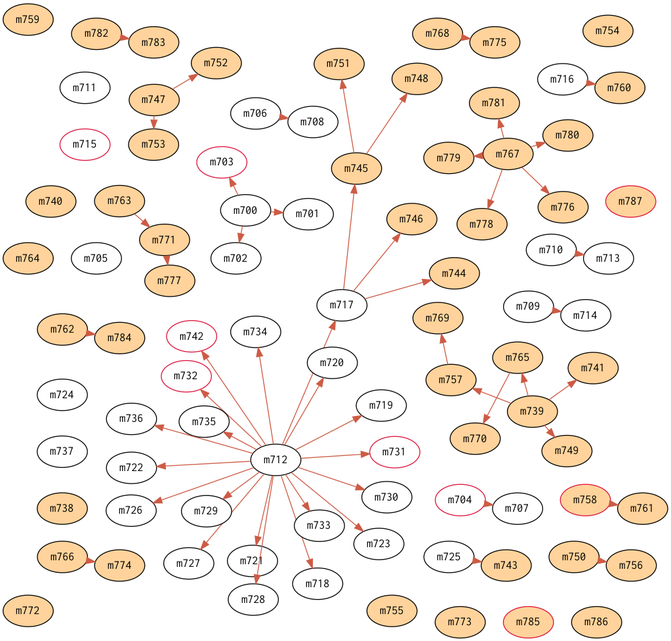
Above: report/matsue/infections.png in spiegel-im-spiegel/covid-2019-report (Graphviz), before the change. Its source is kept beside it as report/matsue/infections.dot.
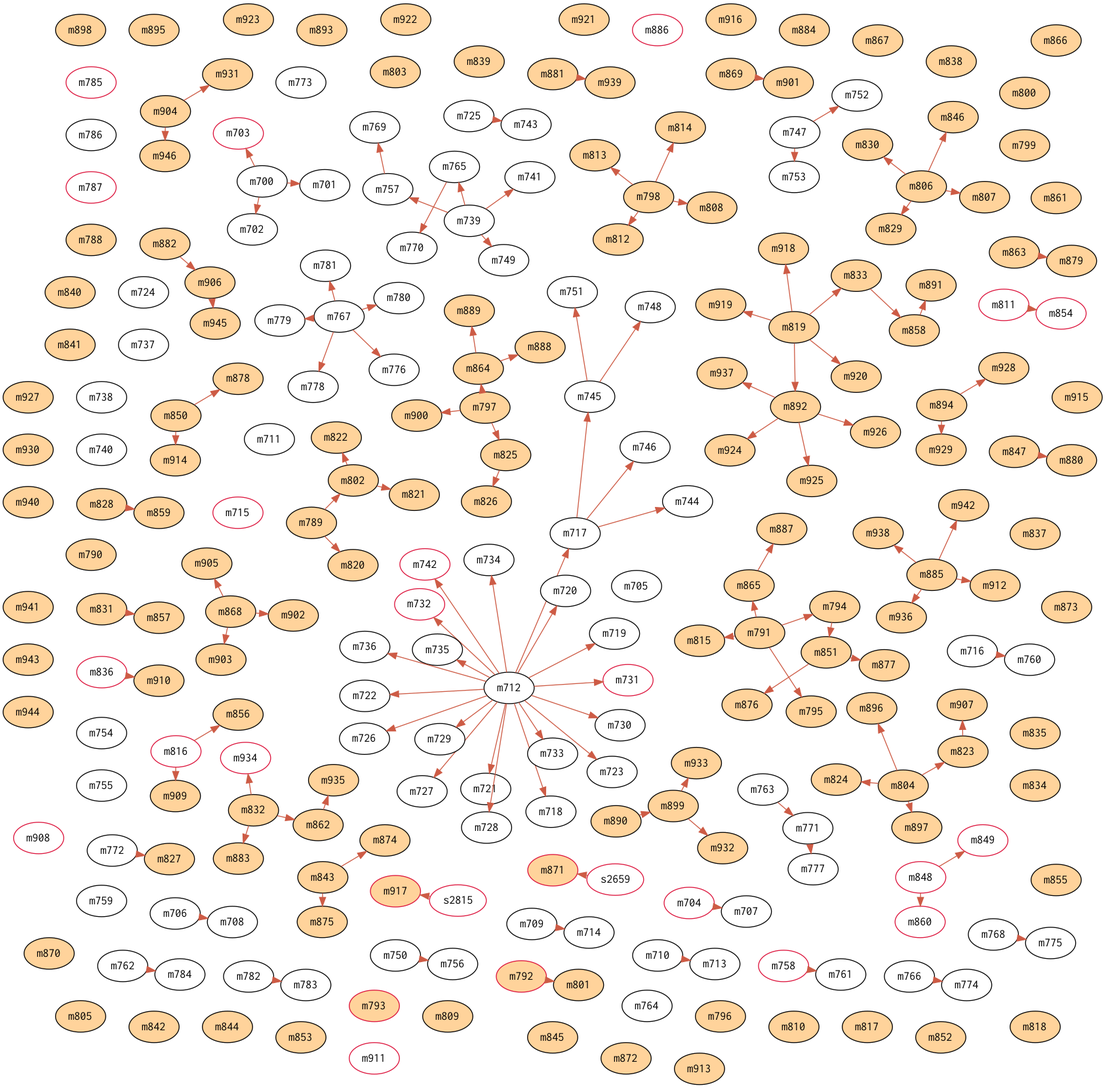
The same file after the commit.

Change to the diagram source:
```diff
@@ -51,56 +51,217 @@
 	m735;
 	m736;
 	m737;
-	m738[fillcolor=burlywood1];
-	m739[fillcolor=burlywood1];
-	m740[fillcolor=burlywood1];
-	m741[fillcolor=burlywood1];
+	m738;
+	m739;
+	m740;
+	m741;
 	m742[color=crimson];
-	m743[fillcolor=burlywood1];
-	m744[fillcolor=burlywood1];
-	m745[fillcolor=burlywood1];
-	m746[fillcolor=burlywood1];
-	m747[fillcolor=burlywood1];
-	m748[fillcolor=burlywood1];
-	m749[fillcolor=burlywood1];
-	m750[fillcolor=burlywood1];
-	m751[fillcolor=burlywood1];
-	m752[fillcolor=burlywood1];
-	m753[fillcolor=burlywood1];
-	m754[fillcolor=burlywood1];
-	m755[fillcolor=burlywood1];
-	m756[fillcolor=burlywood1];
-	m757[fillcolor=burlywood1];
-	m758[color=crimson,fillcolor=burlywood1];
-	m759[fillcolor=burlywood1];
-	m760[fillcolor=burlywood1];
-	m761[fillcolor=burlywood1];
-	m762[fillcolor=burlywood1];
-	m763[fillcolor=burlywood1];
-	m764[fillcolor=burlywood1];
-	m765[fillcolor=burlywood1];
-	m766[fillcolor=burlywood1];
-	m767[fillcolor=burlywood1];
-	m768[fillcolor=burlywood1];
-	m769[fillcolor=burlywood1];
-	m770[fillcolor=burlywood1];
-	m771[fillcolor=burlywood1];
-	m772[fillcolor=burlywood1];
-	m773[fillcolor=burlywood1];
-	m774[fillcolor=burlywood1];
-	m775[fillcolor=burlywood1];
-	m776[fillcolor=burlywood1];
-	m777[fillcolor=burlywood1];
-	m778[fillcolor=burlywood1];
-	m779[fillcolor=burlywood1];
-	m780[fillcolor=burlywood1];
-	m781[fillcolor=burlywood1];
-	m782[fillcolor=burlywood1];
-	m783[fillcolor=burlywood1];
-	m784[fillcolor=burlywood1];
-	m785[color=crimson,fillcolor=burlywood1];
-	m786[fillcolor=burlywood1];
-	m787[color=crimson,fillcolor=burlywood1];
+	m743;
+	m744;
+	m745;
+	m746;
+	m747;
+	m748;
+	m749;
+	m750;
+	m751;
+	m752;
+	m753;
+	m754;
+	m755;
+	m756;
+	m757;
+	m758[color=crimson];
+	m759;
+	m760;
+	m761;
+	m762;
+	m763;
+	m764;
+	m765;
+	m766;
+	m767;
+	m768;
+	m769;
+	m770;
+	m771;
+	m772;
+	m773;
+	m774;
+	m775;
+	m776;
+	m777;
+	m778;
+	m779;
+	m780;
+	m781;
+	m782;
+	m783;
+	m784;
+	m785[color=crimson];
+	m786;
+	m787[color=crimson];
+	m788[fillcolor=burlywood1];
+	m789[fillcolor=burlywood1];
+	m790[fillcolor=burlywood1];
+	m791[fillcolor=burlywood1];
+	m792[color=crimson,fillcolor=burlywood1];
+	m793[color=crimson,fillcolor=burlywood1];
+	m794[fillcolor=burlywood1];
+	m795[fillcolor=burlywood1];
+	m796[fillcolor=burlywood1];
+	m797[fillcolor=burlywood1];
+	m798[fillcolor=burlywood1];
+	m799[fillcolor=burlywood1];
+	m800[fillcolor=burlywood1];
+	m801[fillcolor=burlywood1];
+	m802[fillcolor=burlywood1];
+	m803[fillcolor=burlywood1];
+	m804[fillcolor=burlywood1];
+	m805[fillcolor=burlywood1];
+	m806[fillcolor=burlywood1];
+	m807[fillcolor=burlywood1];
+	m808[fillcolor=burlywood1];
+	m809[fillcolor=burlywood1];
+	m810[fillcolor=burlywood1];
+	m811[color=crimson];
+	m812[fillcolor=burlywood1];
+	m813[fillcolor=burlywood1];
+	m814[fillcolor=burlywood1];
+	m815[fillcolor=burlywood1];
+	m816[color=crimson];
+	m817[fillcolor=burlywood1];
+	m818[fillcolor=burlywood1];
+	m819[fillcolor=burlywood1];
+	m820[fillcolor=burlywood1];
+	m821[fillcolor=burlywood1];
+	m822[fillcolor=burlywood1];
+	m823[fillcolor=burlywood1];
+	m824[fillcolor=burlywood1];
+	m825[fillcolor=burlywood1];
+	m826[fillcolor=burlywood1];
+	m827[fillcolor=burlywood1];
+	m828[fillcolor=burlywood1];
+	m829[fillcolor=burlywood1];
+	m830[fillcolor=burlywood1];
+	m831[fillcolor=burlywood1];
+	m832[fillcolor=burlywood1];
+	m833[fillcolor=burlywood1];
+	m834[fillcolor=burlywood1];
+	m835[fillcolor=burlywood1];
+	m836[color=crimson];
+	m837[fillcolor=burlywood1];
+	m838[fillcolor=burlywood1];
+	m839[fillcolor=burlywood1];
+	m840[fillcolor=burlywood1];
+	m841[fillcolor=burlywood1];
+	m842[fillcolor=burlywood1];
+	m843[fillcolor=burlywood1];
+	m844[fillcolor=burlywood1];
+	m845[fillcolor=burlywood1];
+	m846[fillcolor=burlywood1];
+	m847[fillcolor=burlywood1];
+	m848[color=crimson];
+	m849[color=crimson];
+	m850[fillcolor=burlywood1];
+	m851[fillcolor=burlywood1];
+	m852[fillcolor=burlywood1];
+	m853[fillcolor=burlywood1];
+	m854[color=crimson];
+	m855[fillcolor=burlywood1];
+	m856[fillcolor=burlywood1];
+	m857[fillcolor=burlywood1];
+	m858[fillcolor=burlywood1];
+	m859[fillcolor=burlywood1];
+	m860[color=crimson];
+	m861[fillcolor=burlywood1];
+	m862[fillcolor=burlywood1];
+	m863[fillcolor=burlywood1];
+	m864[fillcolor=burlywood1];
+	m865[fillcolor=burlywood1];
+	m866[fillcolor=burlywood1];
+	m867[fillcolor=burlywood1];
+	m868[fillcolor=burlywood1];
+	m869[fillcolor=burlywood1];
+	m870[fillcolor=burlywood1];
+	m871[color=crimson,fillcolor=burlywood1];
+	m872[fillcolor=burlywood1];
+	m873[fillcolor=burlywood1];
+	m874[fillcolor=burlywood1];
+	m875[fillcolor=burlywood1];
+	m876[fillcolor=burlywood1];
+	m877[fillcolor=burlywood1];
+	m878[fillcolor=burlywood1];
+	m879[fillcolor=burlywood1];
+	m880[fillcolor=burlywood1];
+	m881[fillcolor=burlywood1];
+	m882[fillcolor=burlywood1];
+	m883[fillcolor=burlywood1];
+	m884[fillcolor=burlywood1];
+	m885[fillcolor=burlywood1];
+	m886[color=crimson];
+	m887[fillcolor=burlywood1];
+	m888[fillcolor=burlywood1];
+	m889[fillcolor=burlywood1];
+	m890[fillcolor=burlywood1];
+	m891[fillcolor=burlywood1];
+	m892[fillcolor=burlywood1];
+	m893[fillcolor=burlywood1];
+	m894[fillcolor=burlywood1];
+	m895[fillcolor=burlywood1];
+	m896[fillcolor=burlywood1];
+	m897[fillcolor=burlywood1];
+	m898[fillcolor=burlywood1];
+	m899[fillcolor=burlywood1];
+	m900[fillcolor=burlywood1];
+	m901[fillcolor=burlywood1];
+	m902[fillcolor=burlywood1];
+	m903[fillcolor=burlywood1];
+	m904[fillcolor=burlywood1];
+	m905[fillcolor=burlywood1];
+	m906[fillcolor=burlywood1];
+	m907[fillcolor=burlywood1];
+	m908[color=crimson];
+	m909[fillcolor=burlywood1];
+	m910[fillcolor=burlywood1];
+	m911[color=crimson];
+	m912[fillcolor=burlywood1];
+	m913[fillcolor=burlywood1];
+	m914[fillcolor=burlywood1];
+	m915[fillcolor=burlywood1];
+	m916[fillcolor=burlywood1];
+	m917[color=crimson,fillcolor=burlywood1];
+	m918[fillcolor=burlywood1];
+	m919[fillcolor=burlywood1];
+	m920[fillcolor=burlywood1];
+	m921[fillcolor=burlywood1];
+	m922[fillcolor=burlywood1];
+	m923[fillcolor=burlywood1];
+	m924[fillcolor=burlywood1];
+	m925[fillcolor=burlywood1];
+	m926[fillcolor=burlywood1];
+	m927[fillcolor=burlywood1];
+	m928[fillcolor=burlywood1];
+	m929[fillcolor=burlywood1];
+	m930[fillcolor=burlywood1];
+	m931[fillcolor=burlywood1];
+	m932[fillcolor=burlywood1];
+	m933[fillcolor=burlywood1];
+	m934[color=crimson];
+	m935[fillcolor=burlywood1];
+	m936[fillcolor=burlywood1];
+	m937[fillcolor=burlywood1];
+	m938[fillcolor=burlywood1];
+	m939[fillcolor=burlywood1];
+	m940[fillcolor=burlywood1];
+	m941[fillcolor=burlywood1];
+	m942[fillcolor=burlywood1];
+	m943[fillcolor=burlywood1];
+	m944[fillcolor=burlywood1];
+	m945[fillcolor=burlywood1];
+	m946[fillcolor=burlywood1];
+	s2659[color=crimson];
+	s2815[color=crimson];
 	m700->m701;
 	m700->m702;
 	m700->m703;
@@ -155,4 +316,86 @@
 	m767->m781;
 	m782->m783;
 	m762->m784;
+	m791->m794;
+	m791->m795;
+	m792->m801;
+	m789->m802;
+	m806->m807;
+	m798->m808;
+	m798->m812;
+	m798->m813;
+	m798->m814;
+	m791->m815;
+	m789->m820;
+	m802->m821;
+	m802->m822;
+	m804->m823;
+	m804->m824;
+	m797->m825;
+	m825->m826;
+	m772->m827;
+	m806->m829;
+	m806->m830;
+	m819->m833;
+	m806->m846;
+	m848->m849;
+	m794->m851;
+	m811->m854;
+	m816->m856;
+	m831->m857;
+	m833->m858;
+	m828->m859;
+	m848->m860;
+	m832->m862;
+	m797->m864;
+	m791->m865;
+	s2659->m871;
+	m843->m874;
+	m843->m875;
+	m851->m876;
+	m851->m877;
+	m850->m878;
+	m863->m879;
+	m847->m880;
+	m832->m883;
+	m865->m887;
+	m864->m888;
+	m864->m889;
+	m858->m891;
+	m819->m892;
+	m804->m896;
+	m804->m897;
+	m890->m899;
+	m797->m900;
+	m869->m901;
+	m868->m902;
+	m868->m903;
+	m868->m905;
+	m882->m906;
+	m823->m907;
+	m816->m909;
+	m836->m910;
+	m885->m912;
+	m850->m914;
+	s2815->m917;
+	m819->m918;
+	m819->m919;
+	m819->m920;
+	m892->m924;
+	m892->m925;
+	m892->m926;
+	m894->m928;
+	m894->m929;
+	m904->m931;
+	m899->m932;
+	m899->m933;
+	m832->m934;
+	m862->m935;
+	m885->m936;
+	m892->m937;
+	m885->m938;
+	m881->m939;
+	m885->m942;
+	m906->m945;
+	m904->m946;
 }
```
